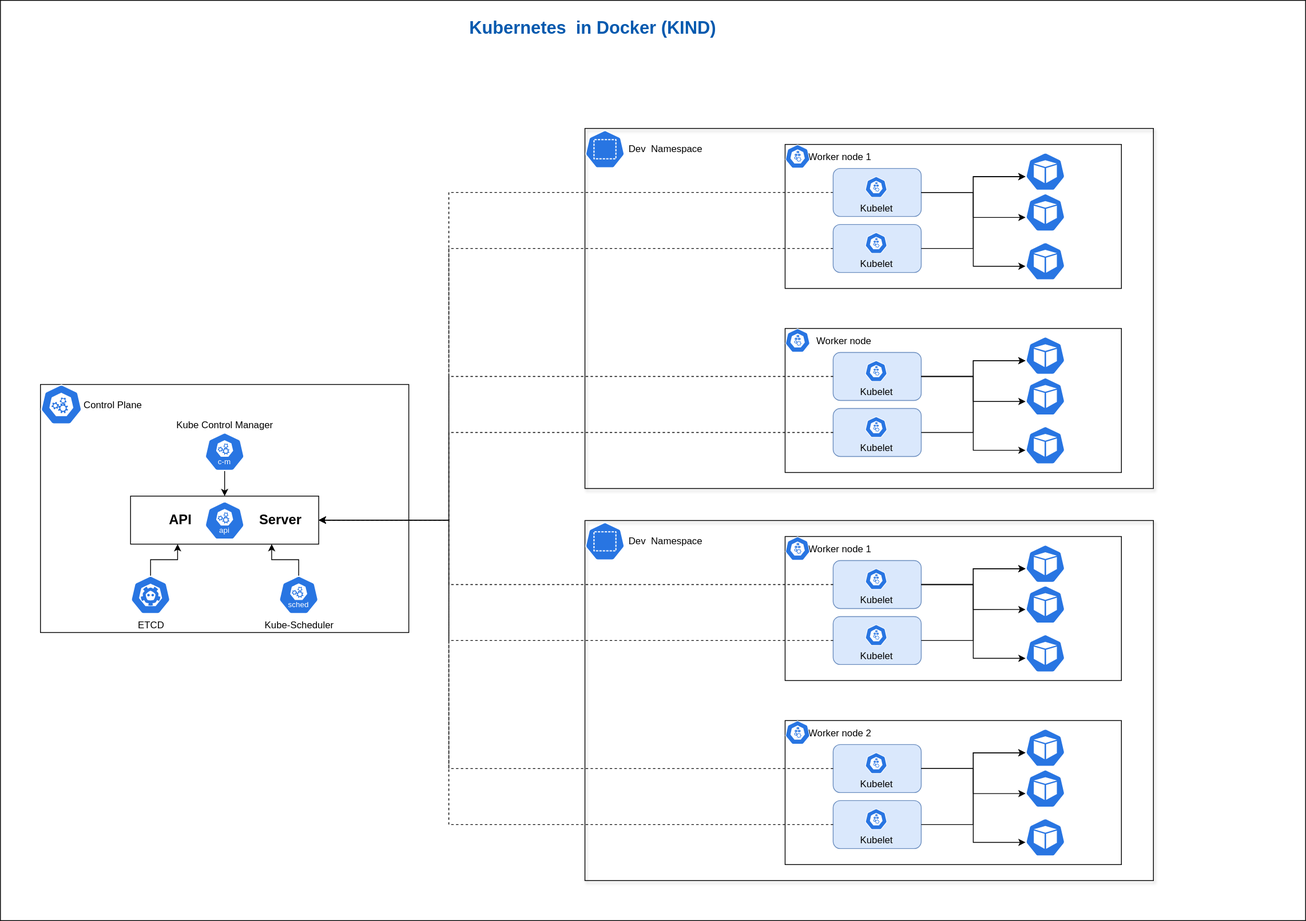
The draw.io diagram resources/lab.drawio-1.svg in Daniel-Makhoba-Emmanuel/Full-stack-k8s-lab, before a commit. Source tidied: cells renumbered, new cells last; positions are measured from the earlier drawing's top-left corner, leaving out a move shared by most shapes.
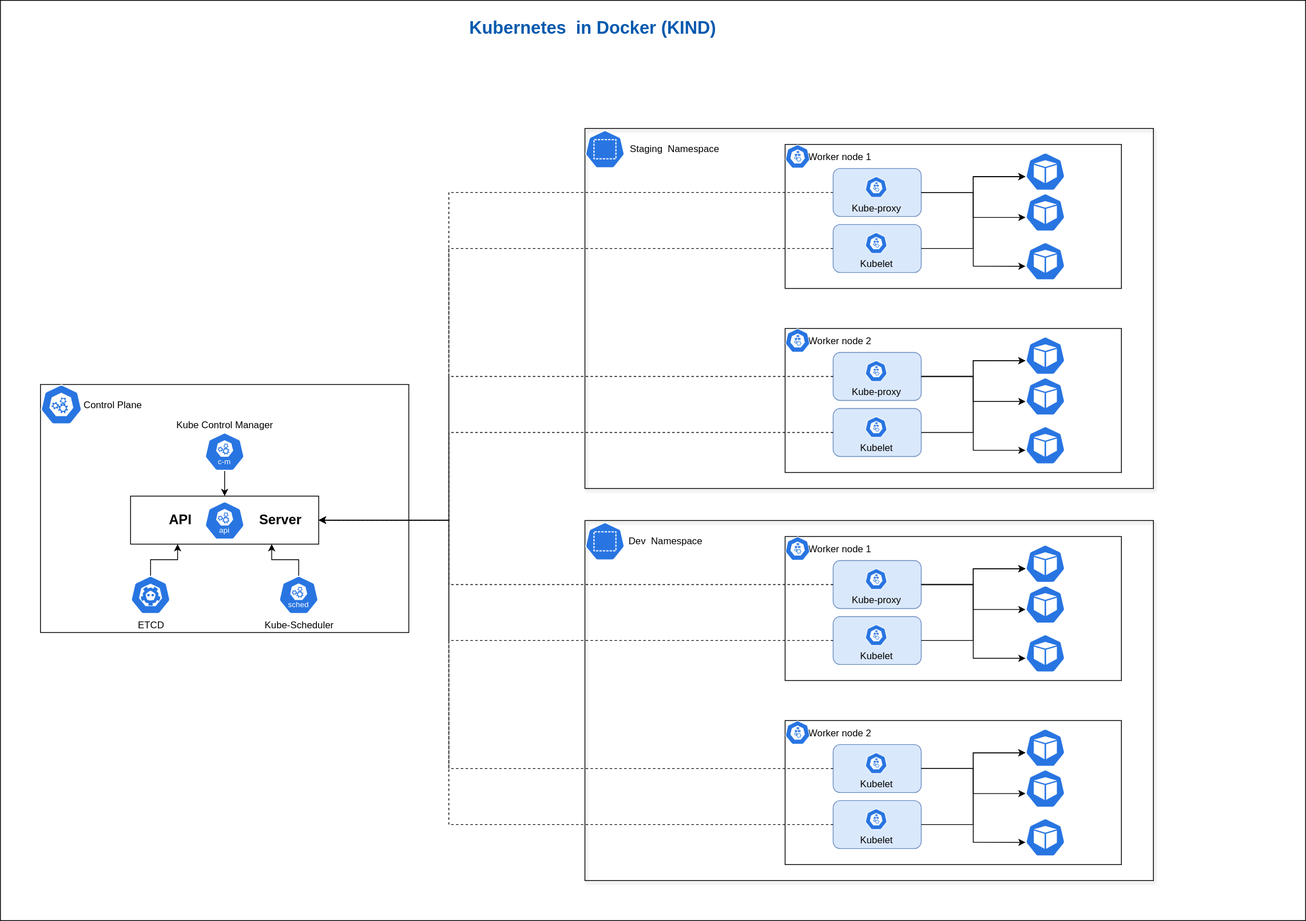
The same diagram one commit later.

Commit message:
fix: Mixed names in architecture

Change to the diagram source:
```diff
@@ -66,7 +66,7 @@
         </Array>
       </mxGeometry>
     </mxCell>
-    <mxCell id="20" value="Dev&amp;nbsp; Namespace" style="rounded=0;whiteSpace=wrap;html=1;gradientColor=default;fillColor=none;labelPosition=left;verticalLabelPosition=top;align=right;verticalAlign=bottom;spacingBottom=-35;spacingTop=0;spacingLeft=0;spacingRight=-149;shadow=1;" parent="1" vertex="1">
+    <mxCell id="20" value="&amp;nbsp;Staging&amp;nbsp; Namespace" style="rounded=0;whiteSpace=wrap;html=1;gradientColor=default;fillColor=none;labelPosition=left;verticalLabelPosition=top;align=right;verticalAlign=bottom;spacingBottom=-35;spacingTop=0;spacingLeft=0;spacingRight=-170;shadow=1;" parent="1" vertex="1">
       <mxGeometry x="730" y="160" width="710" height="450" as="geometry" />
     </mxCell>
     <mxCell id="21" value="Worker node 1&lt;div&gt;&lt;br&gt;&lt;/div&gt;" style="rounded=0;whiteSpace=wrap;html=1;fillColor=none;spacingBottom=-40;spacingLeft=-40;labelPosition=left;verticalLabelPosition=top;align=right;verticalAlign=bottom;spacingRight=-110;" parent="1" vertex="1">
@@ -102,7 +102,7 @@
     <mxCell id="31" style="rounded=1;whiteSpace=wrap;html=1;fillColor=#dae8fc;strokeColor=#6c8ebf;" parent="30" vertex="1">
       <mxGeometry width="110" height="60" as="geometry" />
     </mxCell>
-    <mxCell id="32" value="Kubelet" style="sketch=0;html=1;dashed=0;whitespace=wrap;verticalLabelPosition=bottom;verticalAlign=top;fillColor=#2875E2;strokeColor=#ffffff;shape=mxgraph.kubernetes.icon2;prIcon=kubelet;" parent="30" vertex="1">
+    <mxCell id="32" value="Kube-proxy" style="sketch=0;html=1;dashed=0;whitespace=wrap;verticalLabelPosition=bottom;verticalAlign=top;fillColor=#2875E2;strokeColor=#ffffff;shape=mxgraph.kubernetes.icon2;prIcon=kubelet;" parent="30" vertex="1">
       <mxGeometry x="40" y="10" width="27.5" height="26.4" as="geometry" />
     </mxCell>
     <mxCell id="33" style="edgeStyle=orthogonalEdgeStyle;rounded=0;jettySize=auto;html=1;entryX=0.005;entryY=0.63;entryDx=0;entryDy=0;entryPerimeter=0;" parent="1" edge="1" source="31" target="26">
@@ -117,7 +117,7 @@
     <mxCell id="36" style="edgeStyle=orthogonalEdgeStyle;rounded=0;jettySize=auto;html=1;entryX=0.005;entryY=0.63;entryDx=0;entryDy=0;entryPerimeter=0;" parent="1" edge="1" source="28" target="26">
       <mxGeometry relative="1" as="geometry" />
     </mxCell>
-    <mxCell id="37" value="Worker node&lt;div&gt;&lt;br&gt;&lt;/div&gt;" style="rounded=0;whiteSpace=wrap;html=1;fillColor=none;spacingBottom=-40;spacingLeft=-40;labelPosition=left;verticalLabelPosition=top;align=right;verticalAlign=bottom;spacingRight=-110;" parent="1" vertex="1">
+    <mxCell id="37" value="Worker node 2&lt;div&gt;&lt;br&gt;&lt;/div&gt;" style="rounded=0;whiteSpace=wrap;html=1;fillColor=none;spacingBottom=-40;spacingLeft=-40;labelPosition=left;verticalLabelPosition=top;align=right;verticalAlign=bottom;spacingRight=-110;" parent="1" vertex="1">
       <mxGeometry x="980" y="410" width="420" height="180" as="geometry" />
     </mxCell>
     <mxCell id="38" style="sketch=0;html=1;dashed=0;whitespace=wrap;verticalLabelPosition=bottom;verticalAlign=top;fillColor=#2875E2;strokeColor=#ffffff;points=[[0.005,0.63,0],[0.1,0.2,0],[0.9,0.2,0],[0.5,0,0],[0.995,0.63,0],[0.72,0.99,0],[0.5,1,0],[0.28,0.99,0]];shape=mxgraph.kubernetes.icon2;prIcon=pod;" parent="1" vertex="1">
@@ -147,7 +147,7 @@
     <mxCell id="46" style="rounded=1;whiteSpace=wrap;html=1;fillColor=#dae8fc;strokeColor=#6c8ebf;" parent="45" vertex="1">
       <mxGeometry width="110" height="60" as="geometry" />
     </mxCell>
-    <mxCell id="47" value="Kubelet" style="sketch=0;html=1;dashed=0;whitespace=wrap;verticalLabelPosition=bottom;verticalAlign=top;fillColor=#2875E2;strokeColor=#ffffff;shape=mxgraph.kubernetes.icon2;prIcon=kubelet;" parent="45" vertex="1">
+    <mxCell id="47" value="Kube-proxy&lt;div&gt;&lt;br&gt;&lt;/div&gt;" style="sketch=0;html=1;dashed=0;whitespace=wrap;verticalLabelPosition=bottom;verticalAlign=top;fillColor=#2875E2;strokeColor=#ffffff;shape=mxgraph.kubernetes.icon2;prIcon=kubelet;" parent="45" vertex="1">
       <mxGeometry x="40" y="10" width="27.5" height="26.4" as="geometry" />
     </mxCell>
     <mxCell id="48" style="edgeStyle=orthogonalEdgeStyle;rounded=0;jettySize=auto;html=1;entryX=0.005;entryY=0.63;entryDx=0;entryDy=0;entryPerimeter=0;" parent="1" edge="1" source="46" target="41">
@@ -214,7 +214,7 @@
     <mxCell id="65" style="rounded=1;whiteSpace=wrap;html=1;fillColor=#dae8fc;strokeColor=#6c8ebf;" parent="64" vertex="1">
       <mxGeometry width="110" height="60" as="geometry" />
     </mxCell>
-    <mxCell id="66" value="Kubelet" style="sketch=0;html=1;dashed=0;whitespace=wrap;verticalLabelPosition=bottom;verticalAlign=top;fillColor=#2875E2;strokeColor=#ffffff;shape=mxgraph.kubernetes.icon2;prIcon=kubelet;" parent="64" vertex="1">
+    <mxCell id="66" value="Kube-proxy&lt;div&gt;&lt;br&gt;&lt;/div&gt;" style="sketch=0;html=1;dashed=0;whitespace=wrap;verticalLabelPosition=bottom;verticalAlign=top;fillColor=#2875E2;strokeColor=#ffffff;shape=mxgraph.kubernetes.icon2;prIcon=kubelet;" parent="64" vertex="1">
       <mxGeometry x="40" y="10" width="27.5" height="26.4" as="geometry" />
     </mxCell>
     <mxCell id="67" style="edgeStyle=orthogonalEdgeStyle;rounded=0;jettySize=auto;html=1;entryX=0.005;entryY=0.63;entryDx=0;entryDy=0;entryPerimeter=0;" parent="1" edge="1" source="65" target="60">
```
